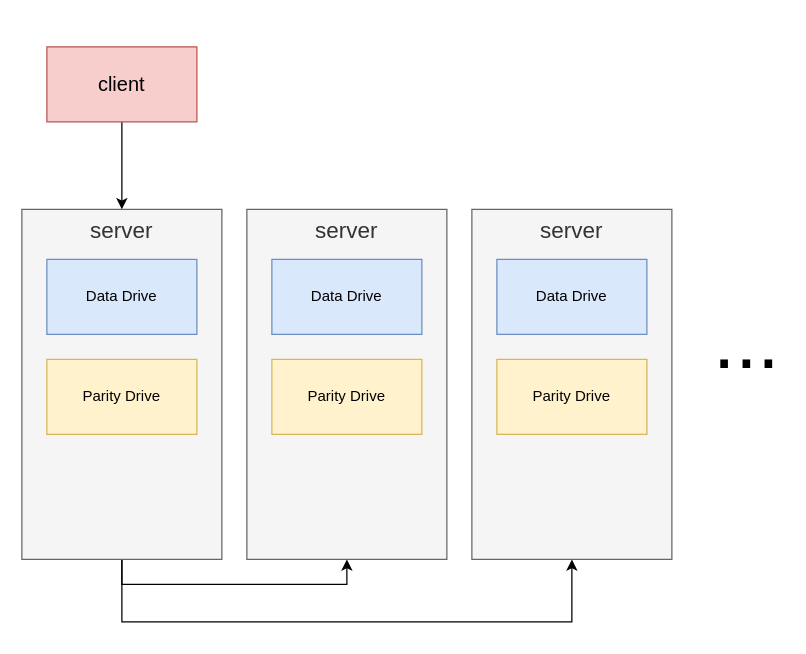
Before: Minio.drawio in NeXT726/drawIO, a draw.io diagram. Source tidied: cells renumbered, new cells numbered last; positions are measured from the earlier drawing's top-left corner, leaving out a move shared by most shapes. Both pictures are drawn from the tidied source at 125%, with x=0, y=0 at pixel (21, 46).
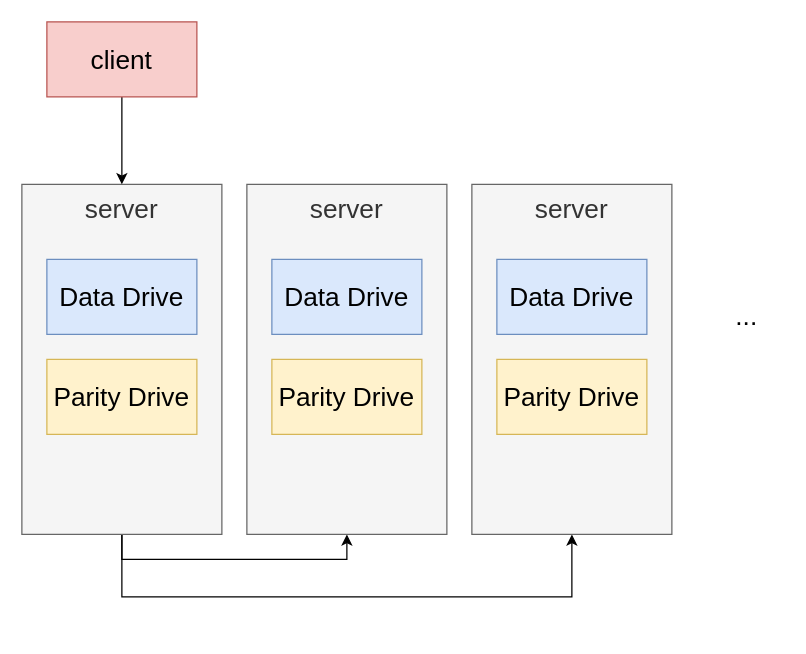
Above is the later version.

Change to the diagram source:
```diff
@@
 <mxGraphModel>
   <root>
     <mxCell id="0" />
     <mxCell id="1" parent="0" />
-    <mxCell id="2" style="edgeStyle=orthogonalEdgeStyle;rounded=0;jettySize=auto;html=1;exitX=0.5;exitY=1;exitDx=0;exitDy=0;entryX=0.5;entryY=1;entryDx=0;entryDy=0;fontSize=16;" parent="1" edge="1" source="4" target="8">
+    <mxCell id="2" style="edgeStyle=orthogonalEdgeStyle;rounded=0;jettySize=auto;html=1;exitX=0.5;exitY=1;exitDx=0;exitDy=0;entryX=0.5;entryY=1;entryDx=0;entryDy=0;fontSize=21;" parent="1" edge="1" source="4" target="8">
       <mxGeometry relative="1" as="geometry" />
     </mxCell>
-    <mxCell id="3" style="edgeStyle=orthogonalEdgeStyle;rounded=0;jettySize=auto;html=1;exitX=0.5;exitY=1;exitDx=0;exitDy=0;entryX=0.5;entryY=1;entryDx=0;entryDy=0;fontSize=16;" parent="1" edge="1" source="4" target="11">
+    <mxCell id="3" style="edgeStyle=orthogonalEdgeStyle;rounded=0;jettySize=auto;html=1;exitX=0.5;exitY=1;exitDx=0;exitDy=0;entryX=0.5;entryY=1;entryDx=0;entryDy=0;fontSize=21;" parent="1" edge="1" source="4" target="11">
       <mxGeometry relative="1" as="geometry">
         <Array as="points">
-          <mxPoint x="80" y="460" />
-          <mxPoint x="440" y="460" />
+          <mxPoint x="80" y="440" />
+          <mxPoint x="440" y="440" />
         </Array>
       </mxGeometry>
     </mxCell>
-    <mxCell id="4" value="server" style="rounded=0;whiteSpace=wrap;html=1;align=center;verticalAlign=top;fontSize=18;fillColor=#f5f5f5;fontColor=#333333;strokeColor=#666666;" parent="1" vertex="1">
-      <mxGeometry y="130" width="160" height="280" as="geometry" />
+    <mxCell id="4" value="server" style="rounded=0;whiteSpace=wrap;html=1;align=center;verticalAlign=top;fontSize=21;fillColor=#f5f5f5;fontColor=#333333;strokeColor=#666666;" parent="1" vertex="1">
+      <mxGeometry y="110" width="160" height="280" as="geometry" />
     </mxCell>
-    <mxCell id="5" value="Data Drive" style="rounded=0;whiteSpace=wrap;html=1;fillColor=#dae8fc;strokeColor=#6c8ebf;" parent="1" vertex="1">
+    <mxCell id="5" value="Data Drive" style="rounded=0;whiteSpace=wrap;html=1;fillColor=#dae8fc;strokeColor=#6c8ebf;fontSize=21;" parent="1" vertex="1">
       <mxGeometry x="20" y="170" width="120" height="60" as="geometry" />
     </mxCell>
-    <mxCell id="6" value="Parity&amp;nbsp;Drive" style="rounded=0;whiteSpace=wrap;html=1;fillColor=#fff2cc;strokeColor=#d6b656;" parent="1" vertex="1">
+    <mxCell id="6" value="Parity&amp;nbsp;Drive" style="rounded=0;whiteSpace=wrap;html=1;fillColor=#fff2cc;strokeColor=#d6b656;fontSize=21;" parent="1" vertex="1">
       <mxGeometry x="20" y="250" width="120" height="60" as="geometry" />
     </mxCell>
-    <mxCell id="7" value="..." style="text;html=1;strokeColor=none;fillColor=none;align=center;verticalAlign=middle;whiteSpace=wrap;rounded=0;fontSize=64;" parent="1" vertex="1">
-      <mxGeometry x="550" y="220" width="60" height="30" as="geometry" />
+    <mxCell id="7" value="..." style="text;html=1;strokeColor=none;fillColor=none;align=center;verticalAlign=middle;whiteSpace=wrap;rounded=0;fontSize=21;" parent="1" vertex="1">
+      <mxGeometry x="550" y="200" width="60" height="30" as="geometry" />
     </mxCell>
-    <mxCell id="8" value="server" style="rounded=0;whiteSpace=wrap;html=1;align=center;verticalAlign=top;fontSize=18;fillColor=#f5f5f5;fontColor=#333333;strokeColor=#666666;" parent="1" vertex="1">
-      <mxGeometry x="180" y="130" width="160" height="280" as="geometry" />
+    <mxCell id="8" value="server" style="rounded=0;whiteSpace=wrap;html=1;align=center;verticalAlign=top;fontSize=21;fillColor=#f5f5f5;fontColor=#333333;strokeColor=#666666;" parent="1" vertex="1">
+      <mxGeometry x="180" y="110" width="160" height="280" as="geometry" />
     </mxCell>
-    <mxCell id="9" value="Data Drive" style="rounded=0;whiteSpace=wrap;html=1;fillColor=#dae8fc;strokeColor=#6c8ebf;" parent="1" vertex="1">
+    <mxCell id="9" value="Data Drive" style="rounded=0;whiteSpace=wrap;html=1;fillColor=#dae8fc;strokeColor=#6c8ebf;fontSize=21;" parent="1" vertex="1">
       <mxGeometry x="200" y="170" width="120" height="60" as="geometry" />
     </mxCell>
-    <mxCell id="10" value="Parity&amp;nbsp;Drive" style="rounded=0;whiteSpace=wrap;html=1;fillColor=#fff2cc;strokeColor=#d6b656;" parent="1" vertex="1">
+    <mxCell id="10" value="Parity&amp;nbsp;Drive" style="rounded=0;whiteSpace=wrap;html=1;fillColor=#fff2cc;strokeColor=#d6b656;fontSize=21;" parent="1" vertex="1">
       <mxGeometry x="200" y="250" width="120" height="60" as="geometry" />
     </mxCell>
-    <mxCell id="11" value="server" style="rounded=0;whiteSpace=wrap;html=1;align=center;verticalAlign=top;fontSize=18;fillColor=#f5f5f5;fontColor=#333333;strokeColor=#666666;" parent="1" vertex="1">
-      <mxGeometry x="360" y="130" width="160" height="280" as="geometry" />
+    <mxCell id="11" value="server" style="rounded=0;whiteSpace=wrap;html=1;align=center;verticalAlign=top;fontSize=21;fillColor=#f5f5f5;fontColor=#333333;strokeColor=#666666;" parent="1" vertex="1">
+      <mxGeometry x="360" y="110" width="160" height="280" as="geometry" />
     </mxCell>
-    <mxCell id="12" value="Data Drive" style="rounded=0;whiteSpace=wrap;html=1;fillColor=#dae8fc;strokeColor=#6c8ebf;" parent="1" vertex="1">
+    <mxCell id="12" value="Data Drive" style="rounded=0;whiteSpace=wrap;html=1;fillColor=#dae8fc;strokeColor=#6c8ebf;fontSize=21;" parent="1" vertex="1">
       <mxGeometry x="380" y="170" width="120" height="60" as="geometry" />
     </mxCell>
-    <mxCell id="13" value="Parity&amp;nbsp;Drive" style="rounded=0;whiteSpace=wrap;html=1;fillColor=#fff2cc;strokeColor=#d6b656;" parent="1" vertex="1">
+    <mxCell id="13" value="Parity&amp;nbsp;Drive" style="rounded=0;whiteSpace=wrap;html=1;fillColor=#fff2cc;strokeColor=#d6b656;fontSize=21;" parent="1" vertex="1">
       <mxGeometry x="380" y="250" width="120" height="60" as="geometry" />
     </mxCell>
-    <mxCell id="14" style="edgeStyle=orthogonalEdgeStyle;rounded=0;jettySize=auto;html=1;exitX=0.5;exitY=1;exitDx=0;exitDy=0;entryX=0.5;entryY=0;entryDx=0;entryDy=0;fontSize=16;" parent="1" edge="1" source="15" target="4">
+    <mxCell id="14" style="edgeStyle=orthogonalEdgeStyle;rounded=0;jettySize=auto;html=1;exitX=0.5;exitY=1;exitDx=0;exitDy=0;entryX=0.5;entryY=0;entryDx=0;entryDy=0;fontSize=21;" parent="1" edge="1" source="15" target="4">
       <mxGeometry relative="1" as="geometry" />
     </mxCell>
-    <mxCell id="15" value="&lt;font style=&quot;font-size: 16px;&quot;&gt;client&lt;/font&gt;" style="rounded=0;whiteSpace=wrap;html=1;fontSize=16;verticalAlign=middle;fillColor=#f8cecc;strokeColor=#b85450;" parent="1" vertex="1">
-      <mxGeometry x="20" width="120" height="60" as="geometry" />
+    <mxCell id="15" value="&lt;font style=&quot;font-size: 21px;&quot;&gt;client&lt;/font&gt;" style="rounded=0;whiteSpace=wrap;html=1;fontSize=21;verticalAlign=middle;fillColor=#f8cecc;strokeColor=#b85450;" parent="1" vertex="1">
+      <mxGeometry x="20" y="-20" width="120" height="60" as="geometry" />
     </mxCell>
   </root>
 </mxGraphModel>
```
